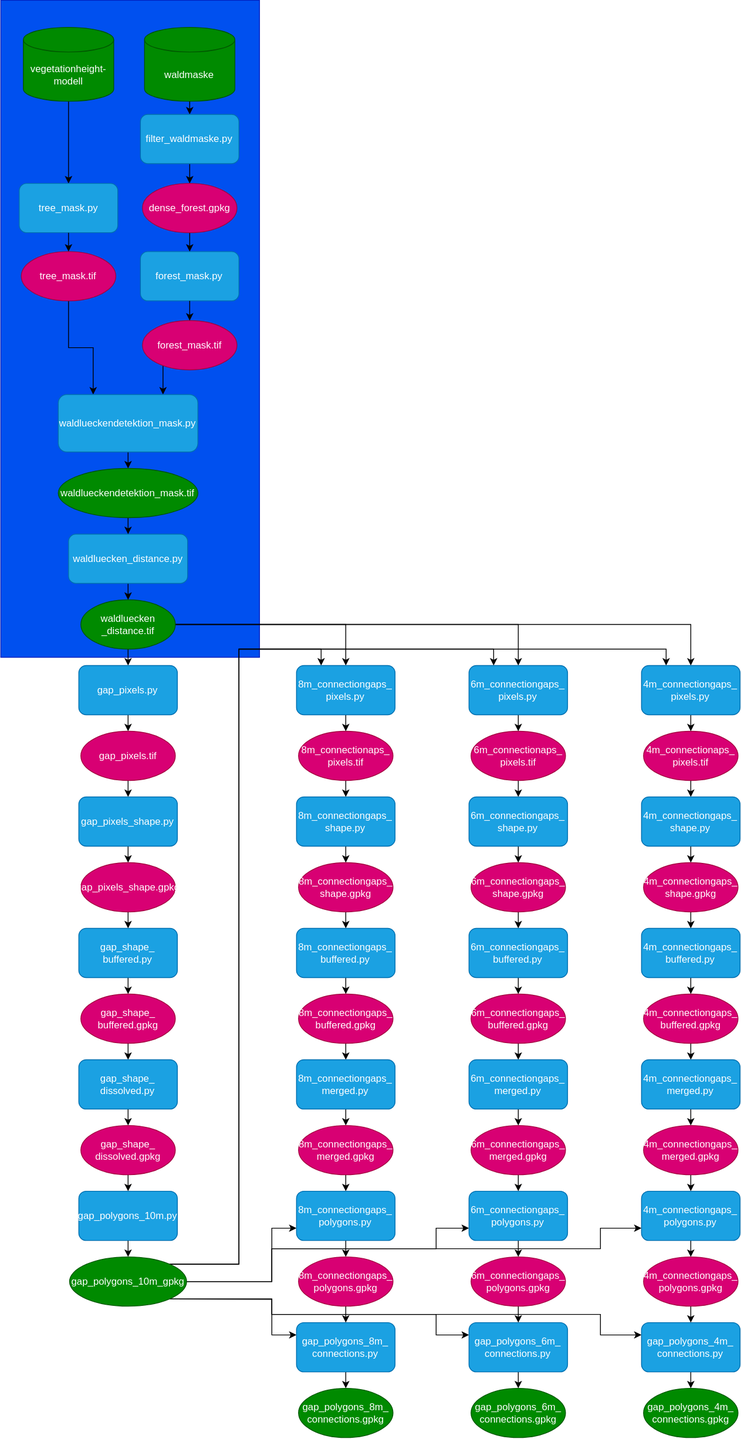
Earlier version of the draw.io export Lueckendetektion_scripts.drawio.svg (liobio72/Lueckendetektion). Source tidied: cells renumbered, new cells last; positions are measured from the earlier drawing's top-left corner, leaving out a move shared by most shapes.
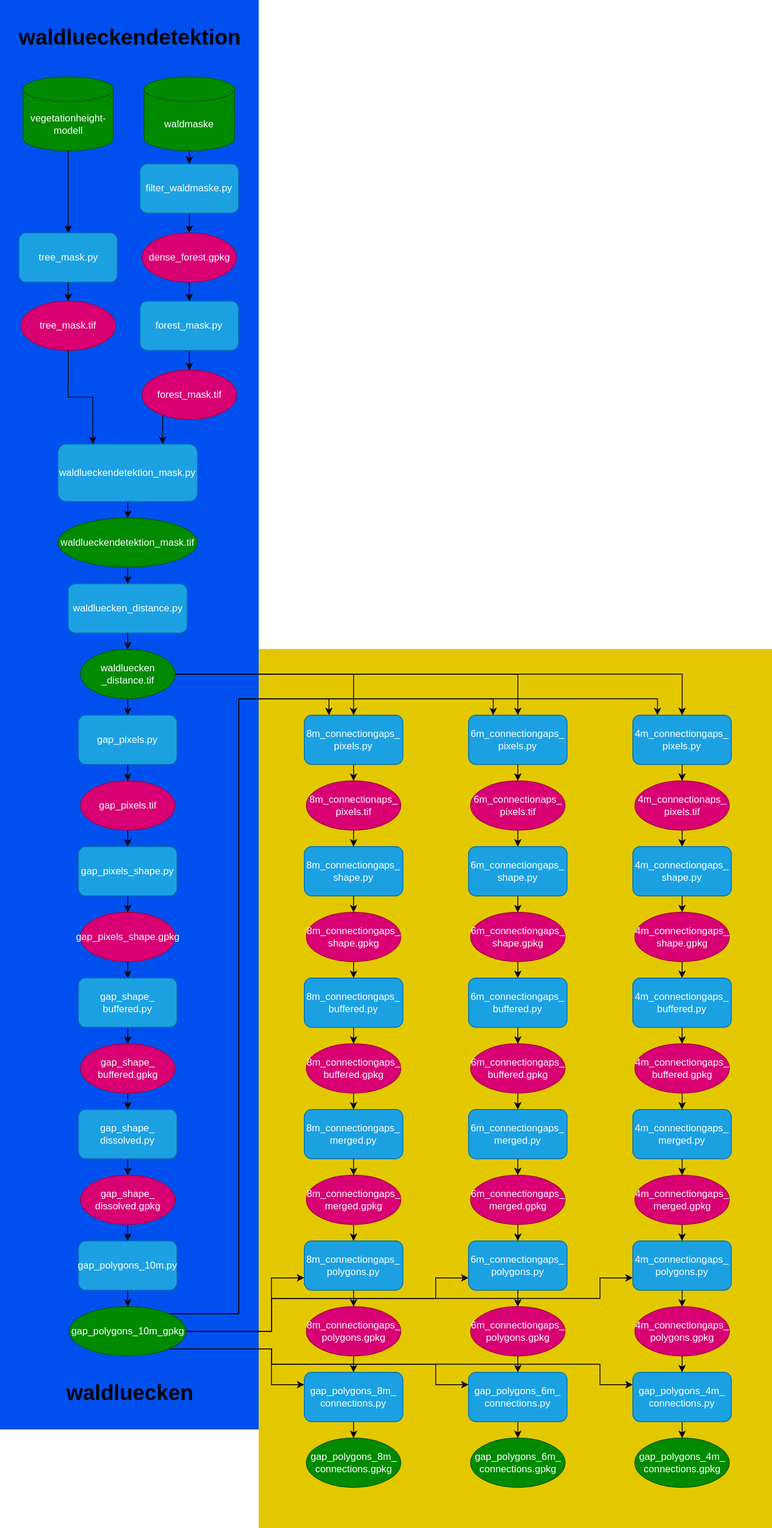
Above is the later version.

The edit, as a diff of the source:
```diff
@@ -2,8 +2,14 @@
   <root>
     <mxCell id="0" />
     <mxCell id="1" parent="0" />
+    <mxCell id="131" style="rounded=0;whiteSpace=wrap;html=1;fillColor=light-dark(#E3C800,#CEB67E);fontColor=#000000;strokeColor=none;" parent="1" vertex="1">
+      <mxGeometry x="645" y="730" width="625" height="1070" as="geometry" />
+    </mxCell>
+    <mxCell id="132" style="rounded=0;whiteSpace=wrap;html=1;fillColor=light-dark(#0050EF,#73D86F);strokeColor=none;fontColor=#ffffff;" parent="1" vertex="1">
+      <mxGeometry x="330" y="800" width="315" height="880" as="geometry" />
+    </mxCell>
-    <mxCell id="2" style="rounded=0;whiteSpace=wrap;html=1;fillColor=#0050ef;strokeColor=#001DBC;fontColor=#ffffff;" parent="1" vertex="1">
-      <mxGeometry x="330" width="315" height="800" as="geometry" />
+    <mxCell id="2" style="rounded=0;whiteSpace=wrap;html=1;fillColor=#0050ef;strokeColor=none;fontColor=#ffffff;" parent="1" vertex="1">
+      <mxGeometry x="330" y="-60" width="315" height="860" as="geometry" />
     </mxCell>
     <mxCell id="3" style="edgeStyle=orthogonalEdgeStyle;rounded=0;jettySize=auto;html=1;exitX=0.5;exitY=1;exitDx=0;exitDy=0;exitPerimeter=0;entryX=0.5;entryY=0;entryDx=0;entryDy=0;" parent="1" edge="1" source="4" target="14">
       <mxGeometry relative="1" as="geometry" />
@@ -139,7 +145,7 @@
         <Array as="points">
           <mxPoint x="620" y="1538.9" />
           <mxPoint x="620" y="790" />
-          <mxPoint x="720" y="790" />
+          <mxPoint x="730" y="790" />
         </Array>
       </mxGeometry>
     </mxCell>
@@ -155,9 +161,9 @@
     <mxCell id="48" style="edgeStyle=orthogonalEdgeStyle;rounded=0;jettySize=auto;html=1;exitX=1;exitY=0;exitDx=0;exitDy=0;entryX=0.25;entryY=0;entryDx=0;entryDy=0;" parent="1" edge="1" source="55" target="128">
       <mxGeometry relative="1" as="geometry">
         <Array as="points">
-          <mxPoint x="620" y="1538.9" />
+          <mxPoint x="620" y="1538.7" />
           <mxPoint x="620" y="790" />
-          <mxPoint x="1140" y="790" />
+          <mxPoint x="1130" y="790" />
         </Array>
       </mxGeometry>
     </mxCell>
@@ -244,58 +250,58 @@
       <mxGeometry relative="1" as="geometry" />
     </mxCell>
     <mxCell id="61" value="8m_connectionaps_&lt;div&gt;pixels.tif&lt;/div&gt;" style="ellipse;whiteSpace=wrap;html=1;fillColor=#d80073;fontColor=#ffffff;strokeColor=#A50040;" parent="1" vertex="1">
-      <mxGeometry x="692.5" y="890" width="115" height="60" as="geometry" />
+      <mxGeometry x="702.5" y="890" width="115" height="60" as="geometry" />
     </mxCell>
     <mxCell id="62" style="edgeStyle=orthogonalEdgeStyle;rounded=0;jettySize=auto;html=1;exitX=0.5;exitY=1;exitDx=0;exitDy=0;entryX=0.5;entryY=0;entryDx=0;entryDy=0;" parent="1" edge="1" source="63" target="65">
       <mxGeometry relative="1" as="geometry" />
     </mxCell>
     <mxCell id="63" value="8m_connectiongaps_&lt;div&gt;shape.py&lt;/div&gt;" style="rounded=1;whiteSpace=wrap;html=1;fillColor=#1ba1e2;fontColor=#ffffff;strokeColor=#006EAF;" parent="1" vertex="1">
-      <mxGeometry x="690" y="970" width="120" height="60" as="geometry" />
+      <mxGeometry x="700" y="970" width="120" height="60" as="geometry" />
     </mxCell>
     <mxCell id="64" style="edgeStyle=orthogonalEdgeStyle;rounded=0;jettySize=auto;html=1;exitX=0.5;exitY=1;exitDx=0;exitDy=0;entryX=0.5;entryY=0;entryDx=0;entryDy=0;" parent="1" edge="1" source="65" target="67">
       <mxGeometry relative="1" as="geometry" />
     </mxCell>
     <mxCell id="65" value="8m_connectiongaps_&lt;div&gt;shape.gpkg&lt;/div&gt;" style="ellipse;whiteSpace=wrap;html=1;fillColor=#d80073;fontColor=#ffffff;strokeColor=#A50040;" parent="1" vertex="1">
-      <mxGeometry x="692.5" y="1050" width="115" height="60" as="geometry" />
+      <mxGeometry x="702.5" y="1050" width="115" height="60" as="geometry" />
     </mxCell>
     <mxCell id="66" style="edgeStyle=orthogonalEdgeStyle;rounded=0;jettySize=auto;html=1;exitX=0.5;exitY=1;exitDx=0;exitDy=0;entryX=0.5;entryY=0;entryDx=0;entryDy=0;" parent="1" edge="1" source="67" target="69">
       <mxGeometry relative="1" as="geometry" />
     </mxCell>
     <mxCell id="67" value="8m_connectiongaps_&lt;div&gt;buffered.py&lt;/div&gt;" style="rounded=1;whiteSpace=wrap;html=1;fillColor=#1ba1e2;fontColor=#ffffff;strokeColor=#006EAF;" parent="1" vertex="1">
-      <mxGeometry x="690" y="1130" width="120" height="60" as="geometry" />
+      <mxGeometry x="700" y="1130" width="120" height="60" as="geometry" />
     </mxCell>
     <mxCell id="68" style="edgeStyle=orthogonalEdgeStyle;rounded=0;jettySize=auto;html=1;exitX=0.5;exitY=1;exitDx=0;exitDy=0;entryX=0.5;entryY=0;entryDx=0;entryDy=0;" parent="1" edge="1" source="69" target="73">
       <mxGeometry relative="1" as="geometry" />
     </mxCell>
     <mxCell id="69" value="8m_connectiongaps_&lt;div&gt;buffered.gpkg&lt;/div&gt;" style="ellipse;whiteSpace=wrap;html=1;fillColor=#d80073;fontColor=#ffffff;strokeColor=#A50040;" parent="1" vertex="1">
-      <mxGeometry x="692.5" y="1210" width="115" height="60" as="geometry" />
+      <mxGeometry x="702.5" y="1210" width="115" height="60" as="geometry" />
     </mxCell>
     <mxCell id="70" style="edgeStyle=orthogonalEdgeStyle;rounded=0;jettySize=auto;html=1;exitX=0.5;exitY=1;exitDx=0;exitDy=0;entryX=0.5;entryY=0;entryDx=0;entryDy=0;" parent="1" edge="1" source="71" target="84">
       <mxGeometry relative="1" as="geometry" />
     </mxCell>
     <mxCell id="71" value="8m_connectiongaps_&lt;div&gt;polygons.py&lt;/div&gt;" style="rounded=1;whiteSpace=wrap;html=1;fillColor=#1ba1e2;fontColor=#ffffff;strokeColor=#006EAF;" parent="1" vertex="1">
-      <mxGeometry x="690" y="1450" width="120" height="60" as="geometry" />
+      <mxGeometry x="700" y="1450" width="120" height="60" as="geometry" />
     </mxCell>
     <mxCell id="72" style="edgeStyle=orthogonalEdgeStyle;rounded=0;jettySize=auto;html=1;exitX=0.5;exitY=1;exitDx=0;exitDy=0;entryX=0.5;entryY=0;entryDx=0;entryDy=0;" parent="1" edge="1" source="73" target="75">
       <mxGeometry relative="1" as="geometry" />
     </mxCell>
     <mxCell id="73" value="8m_connectiongaps_&lt;div&gt;merged.py&lt;/div&gt;" style="rounded=1;whiteSpace=wrap;html=1;fillColor=#1ba1e2;fontColor=#ffffff;strokeColor=#006EAF;" parent="1" vertex="1">
-      <mxGeometry x="690" y="1290" width="120" height="60" as="geometry" />
+      <mxGeometry x="700" y="1290" width="120" height="60" as="geometry" />
     </mxCell>
     <mxCell id="74" style="edgeStyle=orthogonalEdgeStyle;rounded=0;jettySize=auto;html=1;exitX=0.5;exitY=1;exitDx=0;exitDy=0;entryX=0.5;entryY=0;entryDx=0;entryDy=0;" parent="1" edge="1" source="75" target="71">
       <mxGeometry relative="1" as="geometry" />
     </mxCell>
     <mxCell id="75" value="8m_connectiongaps_&lt;div&gt;&lt;span style=&quot;background-color: transparent; color: light-dark(rgb(255, 255, 255), rgb(18, 18, 18));&quot;&gt;merged.gpkg&lt;/span&gt;&lt;/div&gt;" style="ellipse;whiteSpace=wrap;html=1;fillColor=#d80073;fontColor=#ffffff;strokeColor=#A50040;" parent="1" vertex="1">
-      <mxGeometry x="692.5" y="1370" width="115" height="60" as="geometry" />
+      <mxGeometry x="702.5" y="1370" width="115" height="60" as="geometry" />
     </mxCell>
     <mxCell id="76" style="edgeStyle=orthogonalEdgeStyle;rounded=0;jettySize=auto;html=1;exitX=0.5;exitY=1;exitDx=0;exitDy=0;entryX=0.5;entryY=0;entryDx=0;entryDy=0;" parent="1" edge="1" source="77" target="78">
       <mxGeometry relative="1" as="geometry" />
     </mxCell>
     <mxCell id="77" value="gap_polygons_8m_&lt;div&gt;connections.py&lt;/div&gt;" style="rounded=1;whiteSpace=wrap;html=1;fillColor=#1ba1e2;fontColor=#ffffff;strokeColor=#006EAF;" parent="1" vertex="1">
-      <mxGeometry x="690" y="1610" width="120" height="60" as="geometry" />
+      <mxGeometry x="700" y="1610" width="120" height="60" as="geometry" />
     </mxCell>
     <mxCell id="78" value="gap_polygons_8m_&lt;div&gt;connections.gpkg&lt;/div&gt;" style="ellipse;whiteSpace=wrap;html=1;fillColor=#008a00;fontColor=#ffffff;strokeColor=#005700;" parent="1" vertex="1">
-      <mxGeometry x="692.5" y="1690" width="115" height="60" as="geometry" />
+      <mxGeometry x="702.5" y="1690" width="115" height="60" as="geometry" />
     </mxCell>
     <mxCell id="79" style="edgeStyle=orthogonalEdgeStyle;rounded=0;jettySize=auto;html=1;exitX=0.5;exitY=1;exitDx=0;exitDy=0;entryX=0.5;entryY=0;entryDx=0;entryDy=0;" parent="1" edge="1" source="80" target="13">
       <mxGeometry relative="1" as="geometry" />
@@ -307,13 +313,13 @@
       <mxGeometry relative="1" as="geometry" />
     </mxCell>
     <mxCell id="82" value="8m_connectiongaps_&lt;div&gt;pixels.py&lt;/div&gt;" style="rounded=1;whiteSpace=wrap;html=1;fillColor=#1ba1e2;fontColor=#ffffff;strokeColor=#006EAF;" parent="1" vertex="1">
-      <mxGeometry x="690" y="810" width="120" height="60" as="geometry" />
+      <mxGeometry x="700" y="810" width="120" height="60" as="geometry" />
     </mxCell>
     <mxCell id="83" style="edgeStyle=orthogonalEdgeStyle;rounded=0;jettySize=auto;html=1;exitX=0.5;exitY=1;exitDx=0;exitDy=0;entryX=0.5;entryY=0;entryDx=0;entryDy=0;" parent="1" edge="1" source="84" target="77">
       <mxGeometry relative="1" as="geometry" />
     </mxCell>
     <mxCell id="84" value="8m_connectiongaps_&lt;div&gt;polygons.gpkg&lt;/div&gt;" style="ellipse;whiteSpace=wrap;html=1;fillColor=#d80073;fontColor=#ffffff;strokeColor=#A50040;" parent="1" vertex="1">
-      <mxGeometry x="692.5" y="1530" width="115" height="60" as="geometry" />
+      <mxGeometry x="702.5" y="1530" width="115" height="60" as="geometry" />
     </mxCell>
     <mxCell id="85" style="edgeStyle=orthogonalEdgeStyle;rounded=0;jettySize=auto;html=1;exitX=0.5;exitY=1;exitDx=0;exitDy=0;entryX=0.5;entryY=0;entryDx=0;entryDy=0;" parent="1" edge="1" source="86" target="88">
       <mxGeometry relative="1" as="geometry" />
@@ -388,70 +394,76 @@
       <mxGeometry relative="1" as="geometry" />
     </mxCell>
     <mxCell id="109" value="4m_connectionaps_&lt;div&gt;pixels.tif&lt;/div&gt;" style="ellipse;whiteSpace=wrap;html=1;fillColor=#d80073;fontColor=#ffffff;strokeColor=#A50040;" parent="1" vertex="1">
-      <mxGeometry x="1112.5" y="890" width="115" height="60" as="geometry" />
+      <mxGeometry x="1102.5" y="890" width="115" height="60" as="geometry" />
     </mxCell>
     <mxCell id="110" style="edgeStyle=orthogonalEdgeStyle;rounded=0;jettySize=auto;html=1;exitX=0.5;exitY=1;exitDx=0;exitDy=0;entryX=0.5;entryY=0;entryDx=0;entryDy=0;" parent="1" edge="1" source="111" target="113">
       <mxGeometry relative="1" as="geometry" />
     </mxCell>
     <mxCell id="111" value="4m_connectiongaps_&lt;div&gt;shape.py&lt;/div&gt;" style="rounded=1;whiteSpace=wrap;html=1;fillColor=#1ba1e2;fontColor=#ffffff;strokeColor=#006EAF;" parent="1" vertex="1">
-      <mxGeometry x="1110" y="970" width="120" height="60" as="geometry" />
+      <mxGeometry x="1100" y="970" width="120" height="60" as="geometry" />
     </mxCell>
     <mxCell id="112" style="edgeStyle=orthogonalEdgeStyle;rounded=0;jettySize=auto;html=1;exitX=0.5;exitY=1;exitDx=0;exitDy=0;entryX=0.5;entryY=0;entryDx=0;entryDy=0;" parent="1" edge="1" source="113" target="115">
       <mxGeometry relative="1" as="geometry" />
     </mxCell>
     <mxCell id="113" value="4m_connectiongaps_&lt;div&gt;shape.gpkg&lt;/div&gt;" style="ellipse;whiteSpace=wrap;html=1;fillColor=#d80073;fontColor=#ffffff;strokeColor=#A50040;" parent="1" vertex="1">
-      <mxGeometry x="1112.5" y="1050" width="115" height="60" as="geometry" />
+      <mxGeometry x="1102.5" y="1050" width="115" height="60" as="geometry" />
     </mxCell>
     <mxCell id="114" style="edgeStyle=orthogonalEdgeStyle;rounded=0;jettySize=auto;html=1;exitX=0.5;exitY=1;exitDx=0;exitDy=0;entryX=0.5;entryY=0;entryDx=0;entryDy=0;" parent="1" edge="1" source="115" target="117">
       <mxGeometry relative="1" as="geometry" />
     </mxCell>
     <mxCell id="115" value="4m_connectiongaps_&lt;div&gt;buffered.py&lt;/div&gt;" style="rounded=1;whiteSpace=wrap;html=1;fillColor=#1ba1e2;fontColor=#ffffff;strokeColor=#006EAF;" parent="1" vertex="1">
-      <mxGeometry x="1110" y="1130" width="120" height="60" as="geometry" />
+      <mxGeometry x="1100" y="1130" width="120" height="60" as="geometry" />
     </mxCell>
     <mxCell id="116" style="edgeStyle=orthogonalEdgeStyle;rounded=0;jettySize=auto;html=1;exitX=0.5;exitY=1;exitDx=0;exitDy=0;entryX=0.5;entryY=0;entryDx=0;entryDy=0;" parent="1" edge="1" source="117" target="121">
       <mxGeometry relative="1" as="geometry" />
     </mxCell>
     <mxCell id="117" value="4m_connectiongaps_&lt;div&gt;buffered.gpkg&lt;/div&gt;" style="ellipse;whiteSpace=wrap;html=1;fillColor=#d80073;fontColor=#ffffff;strokeColor=#A50040;" parent="1" vertex="1">
-      <mxGeometry x="1112.5" y="1210" width="115" height="60" as="geometry" />
+      <mxGeometry x="1102.5" y="1210" width="115" height="60" as="geometry" />
     </mxCell>
     <mxCell id="118" style="edgeStyle=orthogonalEdgeStyle;rounded=0;jettySize=auto;html=1;exitX=0.5;exitY=1;exitDx=0;exitDy=0;entryX=0.5;entryY=0;entryDx=0;entryDy=0;" parent="1" edge="1" source="119" target="130">
       <mxGeometry relative="1" as="geometry" />
     </mxCell>
     <mxCell id="119" value="4m_connectiongaps_&lt;div&gt;polygons.py&lt;/div&gt;" style="rounded=1;whiteSpace=wrap;html=1;fillColor=#1ba1e2;fontColor=#ffffff;strokeColor=#006EAF;" parent="1" vertex="1">
-      <mxGeometry x="1110" y="1450" width="120" height="60" as="geometry" />
+      <mxGeometry x="1100" y="1450" width="120" height="60" as="geometry" />
     </mxCell>
     <mxCell id="120" style="edgeStyle=orthogonalEdgeStyle;rounded=0;jettySize=auto;html=1;exitX=0.5;exitY=1;exitDx=0;exitDy=0;entryX=0.5;entryY=0;entryDx=0;entryDy=0;" parent="1" edge="1" source="121" target="123">
       <mxGeometry relative="1" as="geometry" />
     </mxCell>
     <mxCell id="121" value="4m_connectiongaps_&lt;div&gt;merged.py&lt;/div&gt;" style="rounded=1;whiteSpace=wrap;html=1;fillColor=#1ba1e2;fontColor=#ffffff;strokeColor=#006EAF;" parent="1" vertex="1">
-      <mxGeometry x="1110" y="1290" width="120" height="60" as="geometry" />
+      <mxGeometry x="1100" y="1290" width="120" height="60" as="geometry" />
     </mxCell>
     <mxCell id="122" style="edgeStyle=orthogonalEdgeStyle;rounded=0;jettySize=auto;html=1;exitX=0.5;exitY=1;exitDx=0;exitDy=0;entryX=0.5;entryY=0;entryDx=0;entryDy=0;" parent="1" edge="1" source="123" target="119">
       <mxGeometry relative="1" as="geometry" />
     </mxCell>
     <mxCell id="123" value="4m_connectiongaps_&lt;div&gt;&lt;span style=&quot;background-color: transparent; color: light-dark(rgb(255, 255, 255), rgb(18, 18, 18));&quot;&gt;merged.gpkg&lt;/span&gt;&lt;/div&gt;" style="ellipse;whiteSpace=wrap;html=1;fillColor=#d80073;fontColor=#ffffff;strokeColor=#A50040;" parent="1" vertex="1">
-      <mxGeometry x="1112.5" y="1370" width="115" height="60" as="geometry" />
+      <mxGeometry x="1102.5" y="1370" width="115" height="60" as="geometry" />
     </mxCell>
     <mxCell id="124" style="edgeStyle=orthogonalEdgeStyle;rounded=0;jettySize=auto;html=1;exitX=0.5;exitY=1;exitDx=0;exitDy=0;entryX=0.5;entryY=0;entryDx=0;entryDy=0;" parent="1" edge="1" source="125" target="126">
       <mxGeometry relative="1" as="geometry" />
     </mxCell>
     <mxCell id="125" value="gap_polygons_4m_&lt;div&gt;connections.py&lt;/div&gt;" style="rounded=1;whiteSpace=wrap;html=1;fillColor=#1ba1e2;fontColor=#ffffff;strokeColor=#006EAF;" parent="1" vertex="1">
-      <mxGeometry x="1110" y="1610" width="120" height="60" as="geometry" />
+      <mxGeometry x="1100" y="1610" width="120" height="60" as="geometry" />
     </mxCell>
     <mxCell id="126" value="gap_polygons_4m_&lt;div&gt;connections.gpkg&lt;/div&gt;" style="ellipse;whiteSpace=wrap;html=1;fillColor=#008a00;fontColor=#ffffff;strokeColor=#005700;" parent="1" vertex="1">
-      <mxGeometry x="1112.5" y="1690" width="115" height="60" as="geometry" />
+      <mxGeometry x="1102.5" y="1690" width="115" height="60" as="geometry" />
     </mxCell>
     <mxCell id="127" style="edgeStyle=orthogonalEdgeStyle;rounded=0;jettySize=auto;html=1;exitX=0.5;exitY=1;exitDx=0;exitDy=0;entryX=0.5;entryY=0;entryDx=0;entryDy=0;" parent="1" edge="1" source="128" target="109">
       <mxGeometry relative="1" as="geometry" />
     </mxCell>
     <mxCell id="128" value="4m_connectiongaps_&lt;div&gt;pixels.py&lt;/div&gt;" style="rounded=1;whiteSpace=wrap;html=1;fillColor=#1ba1e2;fontColor=#ffffff;strokeColor=#006EAF;" parent="1" vertex="1">
-      <mxGeometry x="1110" y="810" width="120" height="60" as="geometry" />
+      <mxGeometry x="1100" y="810" width="120" height="60" as="geometry" />
     </mxCell>
     <mxCell id="129" style="edgeStyle=orthogonalEdgeStyle;rounded=0;jettySize=auto;html=1;exitX=0.5;exitY=1;exitDx=0;exitDy=0;entryX=0.5;entryY=0;entryDx=0;entryDy=0;" parent="1" edge="1" source="130" target="125">
       <mxGeometry relative="1" as="geometry" />
     </mxCell>
     <mxCell id="130" value="4m_connectiongaps_&lt;div&gt;polygons.gpkg&lt;/div&gt;" style="ellipse;whiteSpace=wrap;html=1;fillColor=#d80073;fontColor=#ffffff;strokeColor=#A50040;" parent="1" vertex="1">
-      <mxGeometry x="1112.5" y="1530" width="115" height="60" as="geometry" />
+      <mxGeometry x="1102.5" y="1530" width="115" height="60" as="geometry" />
     </mxCell>
+    <mxCell id="133" value="waldlueckendetektion" style="text;html=1;whiteSpace=wrap;strokeColor=none;fillColor=none;align=center;verticalAlign=middle;rounded=0;fontStyle=1;fontSize=26;" parent="1" vertex="1">
+      <mxGeometry x="457.5" y="-30" width="60" height="30" as="geometry" />
+    </mxCell>
+    <mxCell id="134" value="waldluecken" style="text;html=1;whiteSpace=wrap;strokeColor=none;fillColor=none;align=center;verticalAlign=middle;rounded=0;fontStyle=1;fontSize=26;" parent="1" vertex="1">
+      <mxGeometry x="457.5" y="1620" width="60" height="30" as="geometry" />
+    </mxCell>
   </root>
 </mxGraphModel>
```
